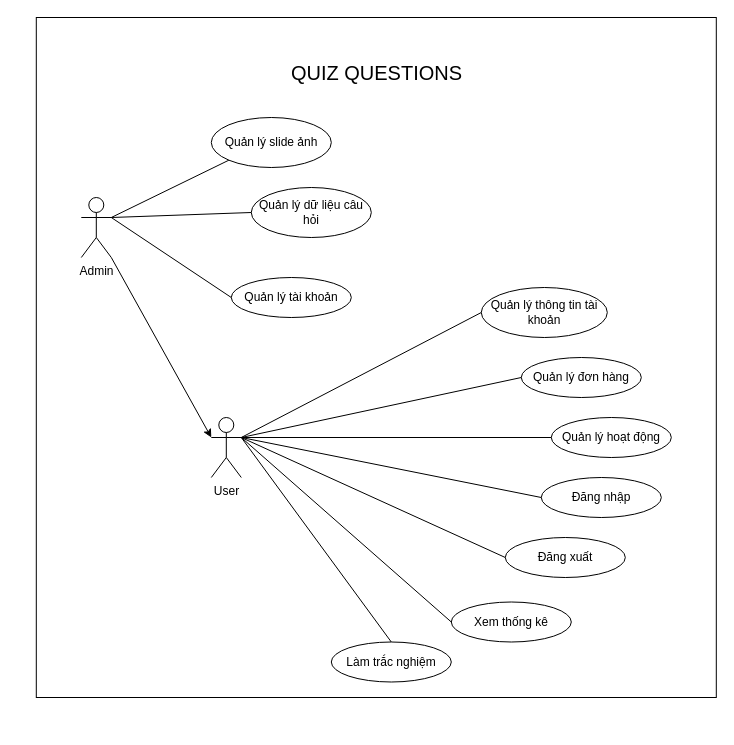
Above: page "Sơ đồ use case tổng quát" (1 of 6) of report/lvtn.drawio in HaiAz/QuizQuestions (draw.io), before the change. Source tidied: cells renumbered, new cells numbered last; positions are measured from the earlier drawing's top-left corner, leaving out a move shared by most shapes. Both pictures are drawn from the tidied source at 100%, with x=0, y=0 at pixel (36, 17).
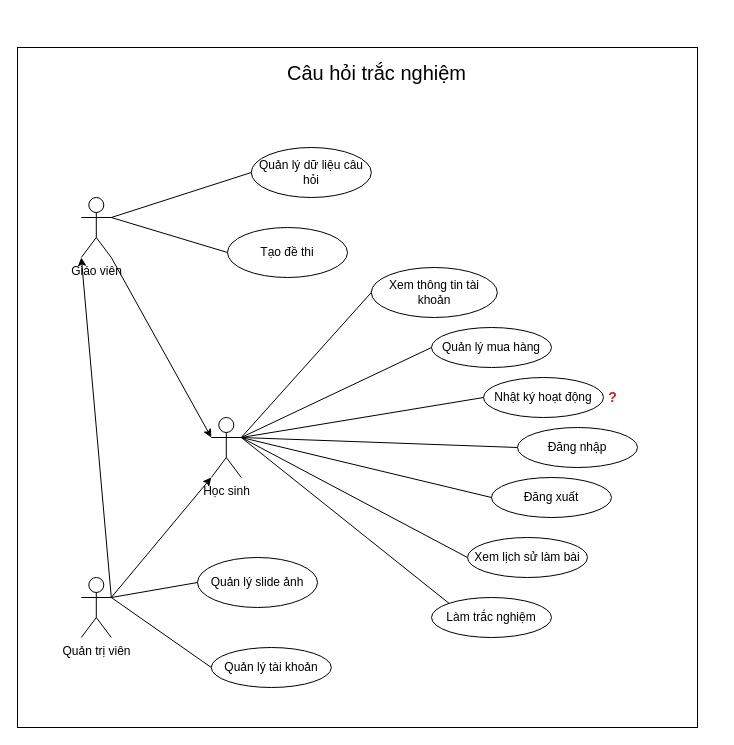
Above is the later version.

Diff of the diagram source:
```diff
@@
     <mxCell id="2" style="whiteSpace=wrap;html=1;fillColor=none;rounded=0;" parent="1" vertex="1">
-      <mxGeometry x="-0.2" width="680" height="680" as="geometry" />
+      <mxGeometry x="-19" y="30" width="680" height="680" as="geometry" />
     </mxCell>
-    <mxCell id="3" value="User" style="shape=umlActor;verticalLabelPosition=bottom;verticalAlign=top;html=1;outlineConnect=0;rounded=0;" parent="1" vertex="1">
+    <mxCell id="3" value="Học sinh" style="shape=umlActor;verticalLabelPosition=bottom;verticalAlign=top;html=1;outlineConnect=0;rounded=0;" parent="1" vertex="1">
       <mxGeometry x="174.8" y="400" width="30" height="60" as="geometry" />
     </mxCell>
-    <mxCell id="4" value="Quản lý thông tin tài khoản" style="ellipse;whiteSpace=wrap;html=1;rounded=0;" parent="1" vertex="1">
-      <mxGeometry x="444.8" y="270" width="126" height="50" as="geometry" />
+    <mxCell id="4" value="Xem thông tin tài khoản" style="ellipse;whiteSpace=wrap;html=1;rounded=0;" parent="1" vertex="1">
+      <mxGeometry x="334.8" y="250" width="126" height="50" as="geometry" />
     </mxCell>
-    <mxCell id="5" value="Quản lý đơn hàng" style="ellipse;whiteSpace=wrap;html=1;rounded=0;" parent="1" vertex="1">
-      <mxGeometry x="484.8" y="340" width="120" height="40" as="geometry" />
+    <mxCell id="5" value="Quản lý mua hàng" style="ellipse;whiteSpace=wrap;html=1;rounded=0;" parent="1" vertex="1">
+      <mxGeometry x="395" y="310" width="120" height="40" as="geometry" />
     </mxCell>
-    <mxCell id="6" value="Quản lý hoạt động" style="ellipse;whiteSpace=wrap;html=1;rounded=0;" parent="1" vertex="1">
-      <mxGeometry x="514.8" y="400" width="120" height="40" as="geometry" />
+    <mxCell id="6" value="Nhật ký hoạt động" style="ellipse;whiteSpace=wrap;html=1;rounded=0;" parent="1" vertex="1">
+      <mxGeometry x="447" y="360" width="120" height="40" as="geometry" />
     </mxCell>
     <mxCell id="7" value="Quản lý dữ liệu câu hỏi" style="ellipse;whiteSpace=wrap;html=1;rounded=0;" parent="1" vertex="1">
-      <mxGeometry x="214.8" y="170" width="120" height="50" as="geometry" />
+      <mxGeometry x="214.8" y="130" width="120" height="50" as="geometry" />
     </mxCell>
@@
-    <mxCell id="12" value="QUIZ QUESTIONS" style="text;html=1;strokeColor=none;fillColor=none;align=center;verticalAlign=middle;whiteSpace=wrap;rounded=0;strokeWidth=0;fontSize=20;fontStyle=0;" parent="1" vertex="1">
+    <mxCell id="12" value="Câu hỏi trắc nghiệm" style="text;html=1;strokeColor=none;fillColor=none;align=center;verticalAlign=middle;whiteSpace=wrap;rounded=0;strokeWidth=0;fontSize=20;fontStyle=0;" parent="1" vertex="1">
       <mxGeometry x="248.5" y="40" width="182.5" height="30" as="geometry" />
     </mxCell>
-    <mxCell id="13" value="Admin" style="shape=umlActor;verticalLabelPosition=bottom;verticalAlign=top;html=1;outlineConnect=0;fillColor=none;rounded=0;" parent="1" vertex="1">
+    <mxCell id="13" value="Giáo viên" style="shape=umlActor;verticalLabelPosition=bottom;verticalAlign=top;html=1;outlineConnect=0;fillColor=none;rounded=0;" parent="1" vertex="1">
       <mxGeometry x="44.8" y="180" width="30" height="60" as="geometry" />
     </mxCell>
@@
-    <mxCell id="15" value="Quản lý tài khoản" style="ellipse;whiteSpace=wrap;html=1;rounded=0;" parent="1" vertex="1">
-      <mxGeometry x="194.8" y="260" width="120" height="40" as="geometry" />
-    </mxCell>
-    <mxCell id="16" style="endArrow=none;html=1;rounded=0;exitX=1;exitY=0.3333333333333333;exitDx=0;exitDy=0;exitPerimeter=0;entryX=0;entryY=0.5;entryDx=0;entryDy=0;" parent="1" edge="1" source="13" target="15">
-      <mxGeometry relative="1" as="geometry" />
-    </mxCell>
-    <mxCell id="17" value="Quản lý slide ảnh" style="ellipse;whiteSpace=wrap;html=1;rounded=0;" parent="1" vertex="1">
-      <mxGeometry x="174.8" y="100" width="120" height="50" as="geometry" />
-    </mxCell>
-    <mxCell id="18" style="endArrow=none;html=1;rounded=0;entryX=0;entryY=1;entryDx=0;entryDy=0;" parent="1" edge="1" target="17">
-      <mxGeometry relative="1" as="geometry">
-        <mxPoint x="74.8" y="200" as="sourcePoint" />
-      </mxGeometry>
-    </mxCell>
     <mxCell id="19" value="Đăng nhập" style="ellipse;whiteSpace=wrap;html=1;rounded=0;" parent="1" vertex="1">
-      <mxGeometry x="504.8" y="460" width="120" height="40" as="geometry" />
+      <mxGeometry x="481" y="410" width="120" height="40" as="geometry" />
     </mxCell>
     <mxCell id="20" value="Đăng xuất" style="ellipse;whiteSpace=wrap;html=1;rounded=0;" parent="1" vertex="1">
-      <mxGeometry x="468.8" y="520" width="120" height="40" as="geometry" />
+      <mxGeometry x="455" y="460" width="120" height="40" as="geometry" />
     </mxCell>
-    <mxCell id="21" value="Xem thống kê" style="ellipse;whiteSpace=wrap;html=1;rounded=0;" parent="1" vertex="1">
-      <mxGeometry x="414.8" y="584.5" width="120" height="40" as="geometry" />
+    <mxCell id="21" value="Xem lịch sử làm bài" style="ellipse;whiteSpace=wrap;html=1;rounded=0;" parent="1" vertex="1">
+      <mxGeometry x="431" y="520" width="120" height="40" as="geometry" />
     </mxCell>
@@
     <mxCell id="25" value="Làm trắc nghiệm" style="ellipse;whiteSpace=wrap;html=1;rounded=0;" parent="1" vertex="1">
-      <mxGeometry x="294.8" y="624.5" width="120" height="40" as="geometry" />
+      <mxGeometry x="395" y="580" width="120" height="40" as="geometry" />
     </mxCell>
-    <mxCell id="26" style="endArrow=none;html=1;rounded=0;exitX=0.5;exitY=0;exitDx=0;exitDy=0;entryX=1;entryY=0.3333333333333333;entryDx=0;entryDy=0;entryPerimeter=0;" parent="1" edge="1" source="25" target="3">
+    <mxCell id="26" style="endArrow=none;html=1;rounded=0;exitX=0;exitY=0;exitDx=0;exitDy=0;entryX=1;entryY=0.3333333333333333;entryDx=0;entryDy=0;entryPerimeter=0;" parent="1" edge="1" source="25" target="3">
       <mxGeometry relative="1" as="geometry" />
     </mxCell>
+    <mxCell id="27" value="Quản trị viên" style="shape=umlActor;verticalLabelPosition=bottom;verticalAlign=top;html=1;outlineConnect=0;fillColor=none;rounded=0;" parent="1" vertex="1">
+      <mxGeometry x="44.8" y="560" width="30" height="60" as="geometry" />
+    </mxCell>
+    <mxCell id="28" style="endArrow=classic;html=1;rounded=0;exitX=1;exitY=0.3333333333333333;exitDx=0;exitDy=0;exitPerimeter=0;entryX=0;entryY=1;entryDx=0;entryDy=0;entryPerimeter=0;" parent="1" edge="1" source="27" target="3">
+      <mxGeometry relative="1" as="geometry" />
+    </mxCell>
+    <mxCell id="15" value="Quản lý tài khoản" style="ellipse;whiteSpace=wrap;html=1;rounded=0;" parent="1" vertex="1">
+      <mxGeometry x="174.8" y="630" width="120" height="40" as="geometry" />
+    </mxCell>
+    <mxCell id="29" style="endArrow=none;html=1;rounded=0;entryX=0;entryY=0.5;entryDx=0;entryDy=0;exitX=1;exitY=0.3333333333333333;exitDx=0;exitDy=0;exitPerimeter=0;" parent="1" edge="1" source="27" target="15">
+      <mxGeometry relative="1" as="geometry" />
+    </mxCell>
+    <mxCell id="30" value="Tạo đề thi" style="ellipse;whiteSpace=wrap;html=1;rounded=0;" parent="1" vertex="1">
+      <mxGeometry x="191" y="210" width="120" height="50" as="geometry" />
+    </mxCell>
+    <mxCell id="31" style="endArrow=none;html=1;rounded=0;entryX=1;entryY=0.3333333333333333;entryDx=0;entryDy=0;entryPerimeter=0;exitX=0;exitY=0.5;exitDx=0;exitDy=0;" parent="1" edge="1" source="30" target="13">
+      <mxGeometry relative="1" as="geometry" />
+    </mxCell>
+    <mxCell id="17" value="Quản lý slide ảnh" style="ellipse;whiteSpace=wrap;html=1;rounded=0;" parent="1" vertex="1">
+      <mxGeometry x="161" y="540" width="120" height="50" as="geometry" />
+    </mxCell>
+    <mxCell id="32" style="endArrow=none;html=1;rounded=0;entryX=0;entryY=0.5;entryDx=0;entryDy=0;exitX=1;exitY=0.3333333333333333;exitDx=0;exitDy=0;exitPerimeter=0;" parent="1" edge="1" source="27" target="17">
+      <mxGeometry relative="1" as="geometry" />
+    </mxCell>
+    <mxCell id="33" style="endArrow=classic;html=1;rounded=0;entryX=0;entryY=1;entryDx=0;entryDy=0;entryPerimeter=0;exitX=1;exitY=0.3333333333333333;exitDx=0;exitDy=0;exitPerimeter=0;" parent="1" edge="1" source="27" target="13">
+      <mxGeometry relative="1" as="geometry" />
+    </mxCell>
+    <mxCell id="34" value="?" style="text;html=1;align=center;verticalAlign=middle;strokeColor=none;fillColor=none;fontStyle=1;fontSize=14;fontColor=#c42121;" parent="1" vertex="1">
+      <mxGeometry x="561" y="365" width="30" height="30" as="geometry" />
+    </mxCell>
```
